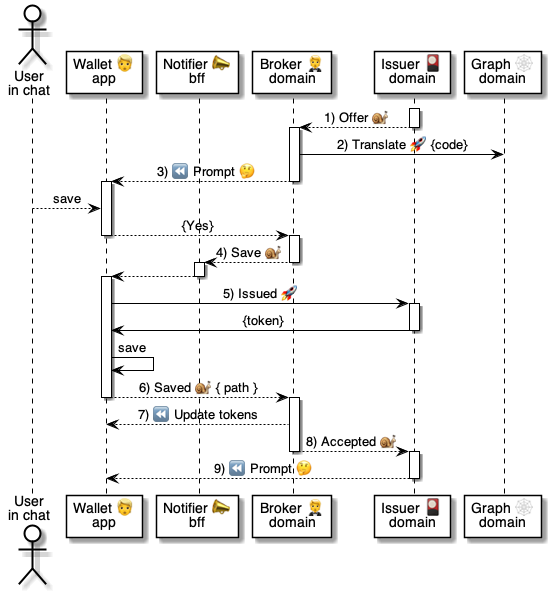
This is 5 ⏩ Flows/60 🎴⏩ Issuers/.📎 Assets/⚙️ Offer.png from pollyweb-org/pollyweb-docs, a PlantUML export, as it was before one commit. Its source is kept beside it as 5 ⏩ Flows/60 🎴⏩ Issuers/.📎 Assets/⚙️ Offer.puml.
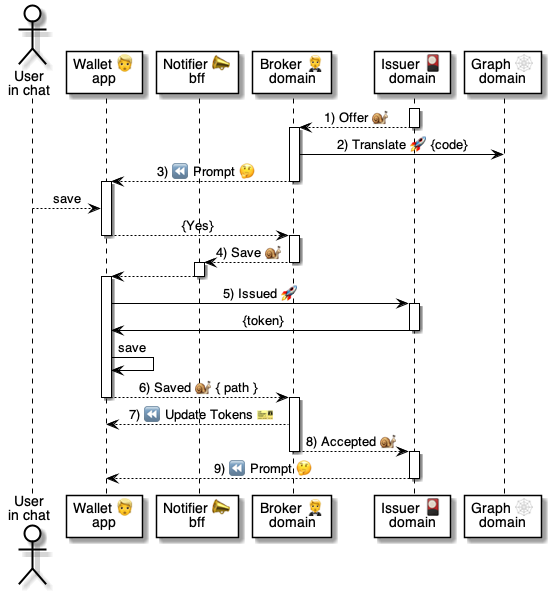
Above is the later version.

Change to the diagram source:
```diff
@@ -41,7 +41,7 @@
 deactivate wallet
 
 activate broker
-    broker --> wallet: 7) ⏪ Update tokens
+    broker --> wallet: 7) ⏪ Update Tokens 🎫
     broker --> issuer: 8) Accepted 🐌
 deactivate broker
 
```
